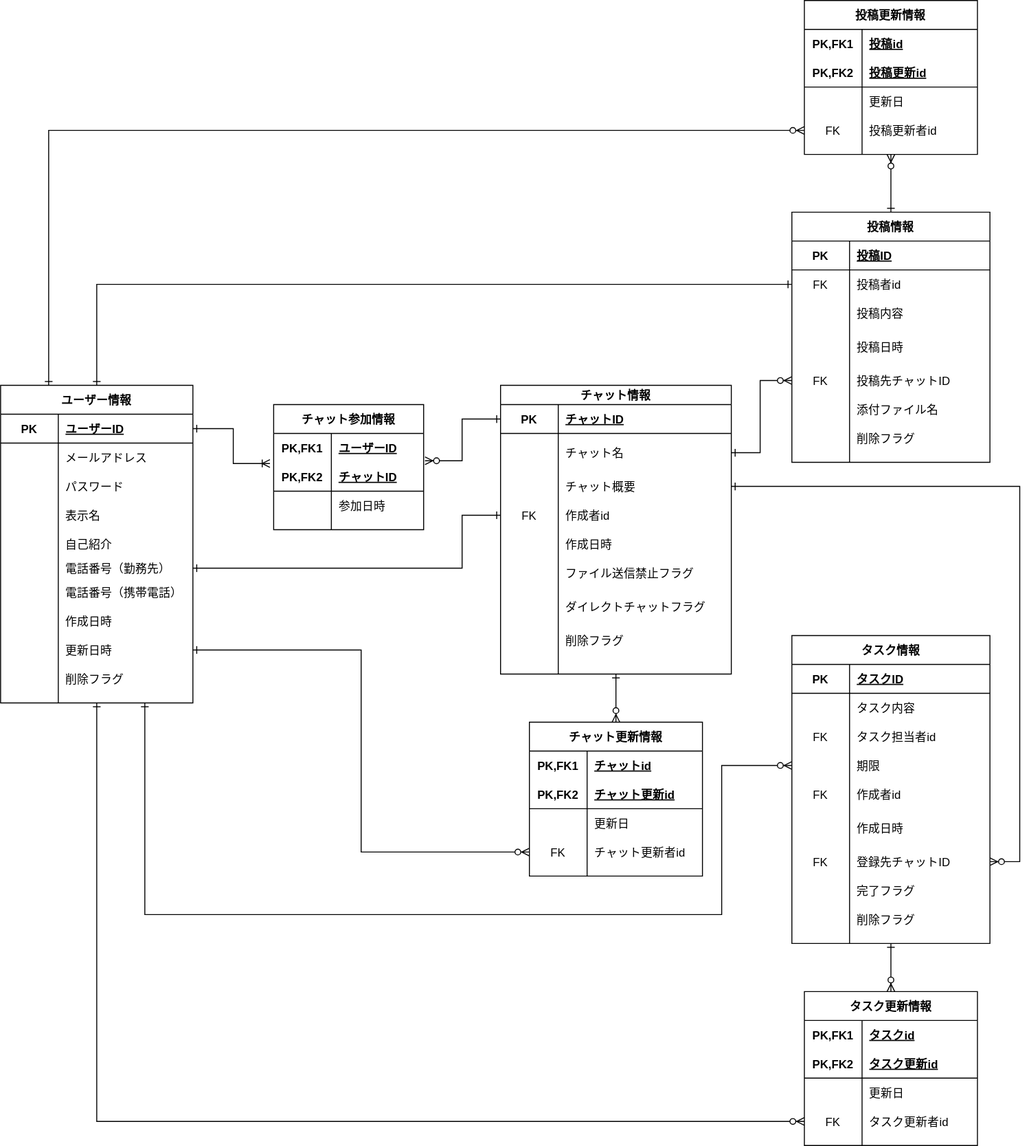
Earlier version of the draw.io export db/db-challenge1/ERDiagram.drawio.svg (fjsho/codegym-db). Source tidied: cells renumbered, new cells last; positions are measured from the earlier drawing's top-left corner, leaving out a move shared by most shapes.
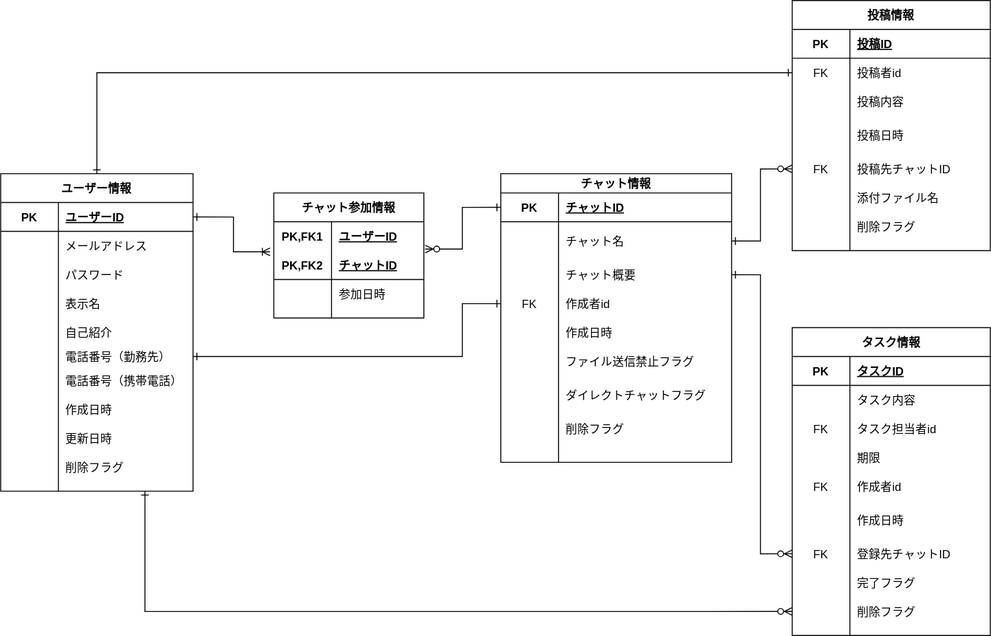
After the change.

Commit message:
[del]"〇〇更新情報"のテーブルの削除（３件）

What changed in the source:
```diff
@@ -98,11 +98,11 @@
     <mxCell id="33" value="削除フラグ" style="shape=partialRectangle;fillColor=none;top=0;left=0;bottom=0;right=0;align=left;spacingLeft=6;overflow=hidden;" parent="31" vertex="1">
       <mxGeometry x="60" width="140" height="30" as="geometry" />
     </mxCell>
-    <mxCell id="34" style="edgeStyle=orthogonalEdgeStyle;rounded=0;jettySize=auto;html=1;startArrow=ERone;startFill=0;endArrow=ERzeroToMany;endFill=1;exitX=1;exitY=0.5;exitDx=0;exitDy=0;entryX=1;entryY=0.5;entryDx=0;entryDy=0;" parent="1" edge="1" source="42" target="102">
+    <mxCell id="34" style="edgeStyle=orthogonalEdgeStyle;rounded=0;jettySize=auto;html=1;startArrow=ERone;startFill=0;endArrow=ERzeroToMany;endFill=1;exitX=1;exitY=0.5;exitDx=0;exitDy=0;entryX=0;entryY=0.5;entryDx=0;entryDy=0;" parent="1" edge="1" source="42" target="102">
       <mxGeometry relative="1" as="geometry">
         <Array as="points">
-          <mxPoint x="1060" y="505" />
-          <mxPoint x="1060" y="895" />
+          <mxPoint x="790" y="505" />
+          <mxPoint x="790" y="795" />
         </Array>
       </mxGeometry>
     </mxCell>
@@ -181,9 +181,6 @@
     <mxCell id="59" value="削除フラグ" style="shape=partialRectangle;fillColor=none;top=0;left=0;bottom=0;right=0;align=left;spacingLeft=6;overflow=hidden;" parent="57" vertex="1">
       <mxGeometry x="60" width="180" height="30" as="geometry" />
     </mxCell>
-    <mxCell id="60" style="edgeStyle=orthogonalEdgeStyle;rounded=0;jettySize=auto;html=1;exitX=0.5;exitY=0;exitDx=0;exitDy=0;entryX=0.5;entryY=1;entryDx=0;entryDy=0;startArrow=ERone;startFill=0;endArrow=ERzeroToMany;endFill=1;" parent="1" edge="1" source="61" target="123">
-      <mxGeometry relative="1" as="geometry" />
-    </mxCell>
     <mxCell id="61" value="投稿情報" style="shape=table;startSize=30;rowLines=0;fontStyle=1;align=center;" parent="1" vertex="1">
       <mxGeometry x="823" y="220" width="206" height="260" as="geometry" />
     </mxCell>
@@ -251,7 +248,7 @@
       <mxGeometry x="60" width="146" height="30" as="geometry" />
     </mxCell>
     <mxCell id="83" value="タスク情報" style="shape=table;startSize=30;rowLines=0;fontStyle=1;align=center;" parent="1" vertex="1">
-      <mxGeometry x="823" y="660" width="206" height="320" as="geometry" />
+      <mxGeometry x="823" y="560" width="206" height="320" as="geometry" />
     </mxCell>
     <mxCell id="84" style="shape=partialRectangle;fillColor=none;top=0;left=0;bottom=1;right=0;" parent="83" vertex="1">
       <mxGeometry y="30" width="206" height="30" as="geometry" />
@@ -375,142 +372,6 @@
     <mxCell id="122" value="参加日時" style="shape=partialRectangle;fillColor=none;top=0;left=0;bottom=0;right=0;align=left;spacingLeft=6;overflow=hidden;" parent="120" vertex="1">
       <mxGeometry x="60" width="96" height="30" as="geometry" />
     </mxCell>
-    <mxCell id="123" value="投稿更新情報" style="shape=table;startSize=30;rowLines=0;fontStyle=1;align=center;" parent="1" vertex="1">
-      <mxGeometry x="836" width="180" height="160" as="geometry" />
-    </mxCell>
-    <mxCell id="124" style="shape=partialRectangle;fillColor=none;top=0;left=0;bottom=0;right=0;" parent="123" vertex="1">
-      <mxGeometry y="30" width="180" height="30" as="geometry" />
-    </mxCell>
-    <mxCell id="125" value="PK,FK1" style="shape=partialRectangle;fillColor=none;top=0;left=0;bottom=0;right=0;fontStyle=1;overflow=hidden;" parent="124" vertex="1">
-      <mxGeometry width="60" height="30" as="geometry" />
-    </mxCell>
-    <mxCell id="126" value="投稿id" style="shape=partialRectangle;fillColor=none;top=0;left=0;bottom=0;right=0;align=left;spacingLeft=6;fontStyle=5;overflow=hidden;" parent="124" vertex="1">
-      <mxGeometry x="60" width="120" height="30" as="geometry" />
-    </mxCell>
-    <mxCell id="127" style="shape=partialRectangle;fillColor=none;top=0;left=0;bottom=1;right=0;" parent="123" vertex="1">
-      <mxGeometry y="60" width="180" height="30" as="geometry" />
-    </mxCell>
-    <mxCell id="128" value="PK,FK2" style="shape=partialRectangle;fillColor=none;top=0;left=0;bottom=0;right=0;fontStyle=1;overflow=hidden;" parent="127" vertex="1">
-      <mxGeometry width="60" height="30" as="geometry" />
-    </mxCell>
-    <mxCell id="129" value="投稿更新id" style="shape=partialRectangle;fillColor=none;top=0;left=0;bottom=0;right=0;align=left;spacingLeft=6;fontStyle=5;overflow=hidden;" parent="127" vertex="1">
-      <mxGeometry x="60" width="120" height="30" as="geometry" />
-    </mxCell>
-    <mxCell id="130" style="shape=partialRectangle;fillColor=none;top=0;left=0;bottom=0;right=0;" parent="123" vertex="1">
-      <mxGeometry y="90" width="180" height="30" as="geometry" />
-    </mxCell>
-    <mxCell id="131" style="shape=partialRectangle;fillColor=none;top=0;left=0;bottom=0;right=0;overflow=hidden;" parent="130" vertex="1">
-      <mxGeometry width="60" height="30" as="geometry" />
-    </mxCell>
-    <mxCell id="132" value="更新日" style="shape=partialRectangle;fillColor=none;top=0;left=0;bottom=0;right=0;align=left;spacingLeft=6;overflow=hidden;" parent="130" vertex="1">
-      <mxGeometry x="60" width="120" height="30" as="geometry" />
-    </mxCell>
-    <mxCell id="133" style="shape=partialRectangle;fillColor=none;top=0;left=0;bottom=0;right=0;points=[[0,0.5],[1,0.5]];portConstraint=eastwest;" parent="123" vertex="1">
-      <mxGeometry y="120" width="180" height="30" as="geometry" />
-    </mxCell>
-    <mxCell id="134" value="FK" style="shape=partialRectangle;fillColor=none;top=0;left=0;bottom=0;right=0;overflow=hidden;" parent="133" vertex="1">
-      <mxGeometry width="60" height="30" as="geometry" />
-    </mxCell>
-    <mxCell id="135" value="投稿更新者id" style="shape=partialRectangle;fillColor=none;top=0;left=0;bottom=0;right=0;align=left;spacingLeft=6;overflow=hidden;" parent="133" vertex="1">
-      <mxGeometry x="60" width="120" height="30" as="geometry" />
-    </mxCell>
-    <mxCell id="136" value="タスク更新情報" style="shape=table;startSize=30;rowLines=0;fontStyle=1;align=center;" parent="1" vertex="1">
-      <mxGeometry x="836" y="1030" width="180" height="160" as="geometry" />
-    </mxCell>
-    <mxCell id="137" style="shape=partialRectangle;fillColor=none;top=0;left=0;bottom=0;right=0;" parent="136" vertex="1">
-      <mxGeometry y="30" width="180" height="30" as="geometry" />
-    </mxCell>
-    <mxCell id="138" value="PK,FK1" style="shape=partialRectangle;fillColor=none;top=0;left=0;bottom=0;right=0;fontStyle=1;overflow=hidden;" parent="137" vertex="1">
-      <mxGeometry width="60" height="30" as="geometry" />
-    </mxCell>
-    <mxCell id="139" value="タスクid" style="shape=partialRectangle;fillColor=none;top=0;left=0;bottom=0;right=0;align=left;spacingLeft=6;fontStyle=5;overflow=hidden;" parent="137" vertex="1">
-      <mxGeometry x="60" width="120" height="30" as="geometry" />
-    </mxCell>
-    <mxCell id="140" style="shape=partialRectangle;fillColor=none;top=0;left=0;bottom=1;right=0;" parent="136" vertex="1">
-      <mxGeometry y="60" width="180" height="30" as="geometry" />
-    </mxCell>
-    <mxCell id="141" value="PK,FK2" style="shape=partialRectangle;fillColor=none;top=0;left=0;bottom=0;right=0;fontStyle=1;overflow=hidden;" parent="140" vertex="1">
-      <mxGeometry width="60" height="30" as="geometry" />
-    </mxCell>
-    <mxCell id="142" value="タスク更新id" style="shape=partialRectangle;fillColor=none;top=0;left=0;bottom=0;right=0;align=left;spacingLeft=6;fontStyle=5;overflow=hidden;" parent="140" vertex="1">
-      <mxGeometry x="60" width="120" height="30" as="geometry" />
-    </mxCell>
-    <mxCell id="143" style="shape=partialRectangle;fillColor=none;top=0;left=0;bottom=0;right=0;" parent="136" vertex="1">
-      <mxGeometry y="90" width="180" height="30" as="geometry" />
-    </mxCell>
-    <mxCell id="144" style="shape=partialRectangle;fillColor=none;top=0;left=0;bottom=0;right=0;overflow=hidden;" parent="143" vertex="1">
-      <mxGeometry width="60" height="30" as="geometry" />
-    </mxCell>
-    <mxCell id="145" value="更新日" style="shape=partialRectangle;fillColor=none;top=0;left=0;bottom=0;right=0;align=left;spacingLeft=6;overflow=hidden;" parent="143" vertex="1">
-      <mxGeometry x="60" width="120" height="30" as="geometry" />
-    </mxCell>
-    <mxCell id="146" style="shape=partialRectangle;fillColor=none;top=0;left=0;bottom=0;right=0;points=[[0,0.5],[1,0.5]];portConstraint=eastwest;" parent="136" vertex="1">
-      <mxGeometry y="120" width="180" height="30" as="geometry" />
-    </mxCell>
-    <mxCell id="147" value="FK" style="shape=partialRectangle;fillColor=none;top=0;left=0;bottom=0;right=0;overflow=hidden;" parent="146" vertex="1">
-      <mxGeometry width="60" height="30" as="geometry" />
-    </mxCell>
-    <mxCell id="148" value="タスク更新者id" style="shape=partialRectangle;fillColor=none;top=0;left=0;bottom=0;right=0;align=left;spacingLeft=6;overflow=hidden;" parent="146" vertex="1">
-      <mxGeometry x="60" width="120" height="30" as="geometry" />
-    </mxCell>
-    <mxCell id="149" style="edgeStyle=orthogonalEdgeStyle;rounded=0;jettySize=auto;html=1;startArrow=ERone;startFill=0;endArrow=ERzeroToMany;endFill=1;exitX=0.5;exitY=1;exitDx=0;exitDy=0;entryX=0.5;entryY=0;entryDx=0;entryDy=0;" parent="1" edge="1" source="83" target="136">
-      <mxGeometry relative="1" as="geometry">
-        <Array as="points">
-          <mxPoint x="926" y="980" />
-          <mxPoint x="926" y="980" />
-        </Array>
-      </mxGeometry>
-    </mxCell>
-    <mxCell id="150" style="edgeStyle=orthogonalEdgeStyle;rounded=0;jettySize=auto;html=1;startArrow=ERzeroToMany;startFill=1;endArrow=ERone;endFill=0;exitX=0;exitY=0.5;exitDx=0;exitDy=0;entryX=1;entryY=0.5;entryDx=0;entryDy=0;" parent="1" edge="1" source="161" target="28">
-      <mxGeometry relative="1" as="geometry" />
-    </mxCell>
-    <mxCell id="151" value="チャット更新情報" style="shape=table;startSize=30;rowLines=0;fontStyle=1;align=center;" parent="1" vertex="1">
-      <mxGeometry x="550" y="750" width="180" height="160" as="geometry" />
-    </mxCell>
-    <mxCell id="152" style="shape=partialRectangle;fillColor=none;top=0;left=0;bottom=0;right=0;" parent="151" vertex="1">
-      <mxGeometry y="30" width="180" height="30" as="geometry" />
-    </mxCell>
-    <mxCell id="153" value="PK,FK1" style="shape=partialRectangle;fillColor=none;top=0;left=0;bottom=0;right=0;fontStyle=1;overflow=hidden;" parent="152" vertex="1">
-      <mxGeometry width="60" height="30" as="geometry" />
-    </mxCell>
-    <mxCell id="154" value="チャットid" style="shape=partialRectangle;fillColor=none;top=0;left=0;bottom=0;right=0;align=left;spacingLeft=6;fontStyle=5;overflow=hidden;" parent="152" vertex="1">
-      <mxGeometry x="60" width="120" height="30" as="geometry" />
-    </mxCell>
-    <mxCell id="155" style="shape=partialRectangle;fillColor=none;top=0;left=0;bottom=1;right=0;" parent="151" vertex="1">
-      <mxGeometry y="60" width="180" height="30" as="geometry" />
-    </mxCell>
-    <mxCell id="156" value="PK,FK2" style="shape=partialRectangle;fillColor=none;top=0;left=0;bottom=0;right=0;fontStyle=1;overflow=hidden;" parent="155" vertex="1">
-      <mxGeometry width="60" height="30" as="geometry" />
-    </mxCell>
-    <mxCell id="157" value="チャット更新id" style="shape=partialRectangle;fillColor=none;top=0;left=0;bottom=0;right=0;align=left;spacingLeft=6;fontStyle=5;overflow=hidden;" parent="155" vertex="1">
-      <mxGeometry x="60" width="120" height="30" as="geometry" />
-    </mxCell>
-    <mxCell id="158" style="shape=partialRectangle;fillColor=none;top=0;left=0;bottom=0;right=0;" parent="151" vertex="1">
-      <mxGeometry y="90" width="180" height="30" as="geometry" />
-    </mxCell>
-    <mxCell id="159" style="shape=partialRectangle;fillColor=none;top=0;left=0;bottom=0;right=0;overflow=hidden;" parent="158" vertex="1">
-      <mxGeometry width="60" height="30" as="geometry" />
-    </mxCell>
-    <mxCell id="160" value="更新日" style="shape=partialRectangle;fillColor=none;top=0;left=0;bottom=0;right=0;align=left;spacingLeft=6;overflow=hidden;" parent="158" vertex="1">
-      <mxGeometry x="60" width="120" height="30" as="geometry" />
-    </mxCell>
-    <mxCell id="161" style="shape=partialRectangle;fillColor=none;top=0;left=0;bottom=0;right=0;points=[[0,0.5],[1,0.5]];portConstraint=eastwest;" parent="151" vertex="1">
-      <mxGeometry y="120" width="180" height="30" as="geometry" />
-    </mxCell>
-    <mxCell id="162" value="FK" style="shape=partialRectangle;fillColor=none;top=0;left=0;bottom=0;right=0;overflow=hidden;" parent="161" vertex="1">
-      <mxGeometry width="60" height="30" as="geometry" />
-    </mxCell>
-    <mxCell id="163" value="チャット更新者id" style="shape=partialRectangle;fillColor=none;top=0;left=0;bottom=0;right=0;align=left;spacingLeft=6;overflow=hidden;" parent="161" vertex="1">
-      <mxGeometry x="60" width="120" height="30" as="geometry" />
-    </mxCell>
-    <mxCell id="164" style="edgeStyle=orthogonalEdgeStyle;rounded=0;jettySize=auto;html=1;entryX=0.5;entryY=0;entryDx=0;entryDy=0;startArrow=ERone;startFill=0;endArrow=ERzeroToMany;endFill=1;exitX=0.5;exitY=1;exitDx=0;exitDy=0;" parent="1" edge="1" source="35" target="151">
-      <mxGeometry relative="1" as="geometry">
-        <Array as="points">
-          <mxPoint x="640" y="730" />
-          <mxPoint x="640" y="730" />
-        </Array>
-      </mxGeometry>
-    </mxCell>
     <mxCell id="165" style="edgeStyle=orthogonalEdgeStyle;rounded=0;jettySize=auto;html=1;entryX=1;entryY=0.5;entryDx=0;entryDy=0;startArrow=ERone;startFill=0;endArrow=ERone;endFill=0;" parent="1" edge="1" source="45" target="19">
       <mxGeometry relative="1" as="geometry">
         <Array as="points">
@@ -519,23 +380,15 @@
         </Array>
       </mxGeometry>
     </mxCell>
-    <mxCell id="166" style="edgeStyle=orthogonalEdgeStyle;rounded=0;jettySize=auto;html=1;startArrow=ERzeroToMany;startFill=1;endArrow=ERone;endFill=0;entryX=0.5;entryY=1;entryDx=0;entryDy=0;" parent="1" edge="1" source="146" target="3">
-      <mxGeometry relative="1" as="geometry" />
-    </mxCell>
-    <mxCell id="167" style="edgeStyle=orthogonalEdgeStyle;rounded=0;jettySize=auto;html=1;startArrow=ERzeroToMany;startFill=1;endArrow=ERone;endFill=0;entryX=0.75;entryY=1;entryDx=0;entryDy=0;exitX=0;exitY=0.5;exitDx=0;exitDy=0;" parent="1" edge="1" source="93" target="3">
+    <mxCell id="167" style="edgeStyle=orthogonalEdgeStyle;rounded=0;jettySize=auto;html=1;startArrow=ERzeroToMany;startFill=1;endArrow=ERone;endFill=0;entryX=0.75;entryY=1;entryDx=0;entryDy=0;exitX=0;exitY=0.5;exitDx=0;exitDy=0;" parent="1" edge="1" source="108" target="3">
       <mxGeometry relative="1" as="geometry">
         <Array as="points">
-          <mxPoint x="750" y="795" />
-          <mxPoint x="750" y="950" />
-          <mxPoint x="150" y="950" />
+          <mxPoint x="150" y="855" />
         </Array>
       </mxGeometry>
     </mxCell>
     <mxCell id="168" style="edgeStyle=orthogonalEdgeStyle;rounded=0;jettySize=auto;html=1;startArrow=ERone;startFill=0;endArrow=ERone;endFill=0;entryX=0.5;entryY=0;entryDx=0;entryDy=0;" parent="1" edge="1" source="65" target="3">
       <mxGeometry relative="1" as="geometry" />
     </mxCell>
-    <mxCell id="169" style="edgeStyle=orthogonalEdgeStyle;rounded=0;jettySize=auto;html=1;startArrow=ERzeroToMany;startFill=1;endArrow=ERone;endFill=0;entryX=0.25;entryY=0;entryDx=0;entryDy=0;" parent="1" edge="1" source="133" target="3">
-      <mxGeometry relative="1" as="geometry" />
-    </mxCell>
   </root>
 </mxGraphModel>
```
